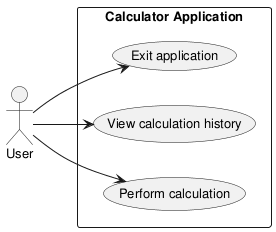
Above: experiments/supervisor_as_tools/user_stories/calculator/artifacts/use_case_diagram.png in DanielRiha8906/Software_autoevolution_using_agents (PlantUML), before the change.
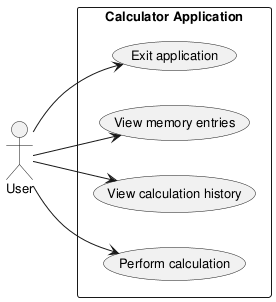
Above is the later version.

Change to the diagram source:
```diff
@@ -9,12 +9,14 @@
 rectangle "Calculator Application" {
     usecase "Perform calculation" as UC_Calc
     usecase "View calculation history" as UC_History
+    usecase "View memory entries" as UC_Memory
     usecase "Exit application" as UC_Exit
 
 }
 
 User --> UC_Calc
 User --> UC_History
+User --> UC_Memory
 User --> UC_Exit
 
 @enduml
```
